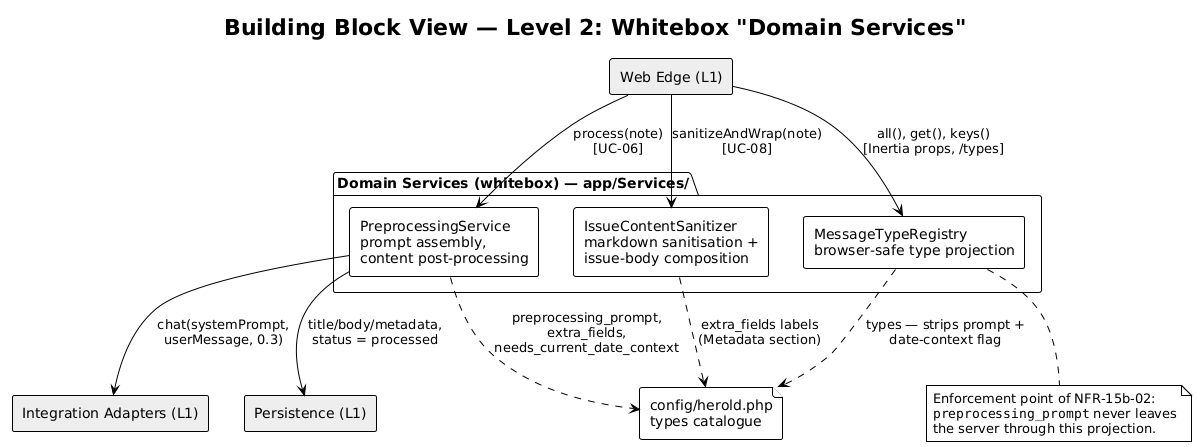
The PlantUML diagram docs/arch/diagrams-png/a05-l2-domain-services.png in carstenlucke/herold, before a commit.
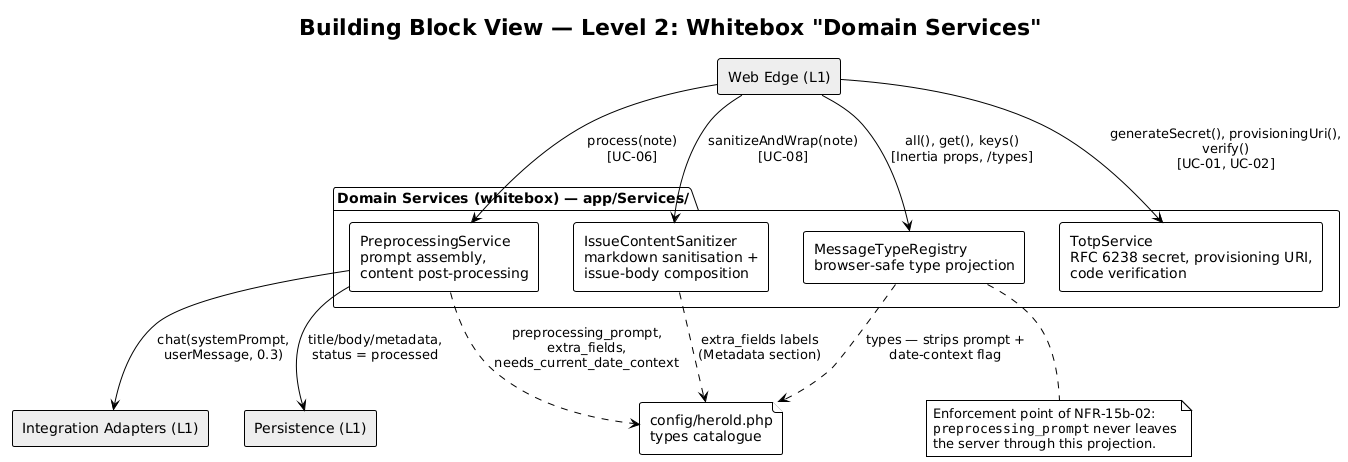
The same file after the commit.

Diff of the diagram source:
```diff
@@ -8,6 +8,7 @@
   [PreprocessingService\nprompt assembly,\ncontent post-processing] as prep
   [IssueContentSanitizer\nmarkdown sanitisation +\nissue-body composition] as sani
   [MessageTypeRegistry\nbrowser-safe type projection] as reg
+  [TotpService\nRFC 6238 secret, provisioning URI,\ncode verification] as totp
 }
 
 rectangle "Web Edge (L1)" as edge #EEEEEE
@@ -18,6 +19,7 @@
 edge --> prep : process(note)\n[UC-06]
 edge --> sani : sanitizeAndWrap(note)\n[UC-08]
 edge --> reg : all(), get(), keys()\n[Inertia props, /types]
+edge --> totp : generateSecret(), provisioningUri(),\nverify()\n[UC-01, UC-02]
 prep --> adapters : chat(systemPrompt,\nuserMessage, 0.3)
 prep --> persistence : title/body/metadata,\nstatus = processed
 prep ..> cfg : preprocessing_prompt,\nextra_fields,\nneeds_current_date_context
```
